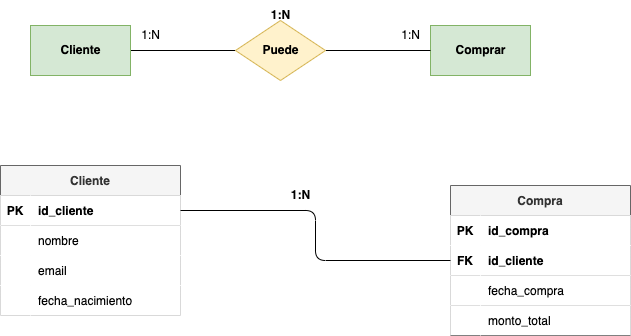
The draw.io diagram tareas/tarea-3/images/ejercicio9.drawio.png in deylansystem/actividadesBAE, before a commit. Source tidied: cells renumbered, new cells last; positions are measured from the earlier drawing's top-left corner, leaving out a move shared by most shapes.
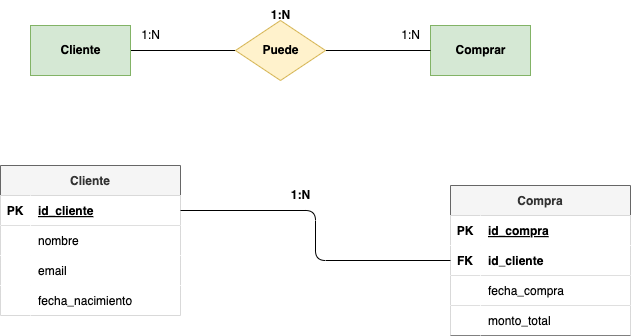
Later version of the same file.

Change to the diagram source:
```diff
@@ -11,7 +11,7 @@
     <mxCell id="4" value="PK" style="shape=partialRectangle;fillColor=#FFFFFF;top=0;left=0;bottom=0;right=0;fontStyle=1;overflow=hidden;fontColor=#000000;" parent="3" vertex="1">
       <mxGeometry width="30" height="30" as="geometry" />
     </mxCell>
-    <mxCell id="5" value="id_cliente" style="shape=partialRectangle;fillColor=#FFFFFF;top=0;left=0;bottom=0;right=0;align=left;spacingLeft=6;fontStyle=1;overflow=hidden;fontColor=#000000;" parent="3" vertex="1">
+    <mxCell id="5" value="id_cliente" style="shape=partialRectangle;fillColor=#FFFFFF;top=0;left=0;bottom=0;right=0;align=left;spacingLeft=6;fontStyle=5;overflow=hidden;fontColor=#000000;" parent="3" vertex="1">
       <mxGeometry x="30" width="150" height="30" as="geometry" />
     </mxCell>
     <mxCell id="6" style="shape=tableRow;horizontal=0;startSize=0;swimlaneHead=0;swimlaneBody=0;fillColor=#FFFFFF;top=0;left=0;right=0;bottom=0;fontColor=#000000;" parent="2" vertex="1">
@@ -50,7 +50,7 @@
     <mxCell id="17" value="PK" style="shape=partialRectangle;fillColor=#FFFFFF;top=0;left=0;bottom=0;right=0;overflow=hidden;fontColor=#000000;fontStyle=1;" parent="16" vertex="1">
       <mxGeometry width="30" height="30" as="geometry" />
     </mxCell>
-    <mxCell id="18" value="id_compra" style="shape=partialRectangle;fillColor=#FFFFFF;top=0;left=0;bottom=0;right=0;align=left;spacingLeft=6;overflow=hidden;fontColor=#000000;fontStyle=1;" parent="16" vertex="1">
+    <mxCell id="18" value="id_compra" style="shape=partialRectangle;fillColor=#FFFFFF;top=0;left=0;bottom=0;right=0;align=left;spacingLeft=6;overflow=hidden;fontColor=#000000;fontStyle=5;" parent="16" vertex="1">
       <mxGeometry x="30" width="150" height="30" as="geometry" />
     </mxCell>
     <mxCell id="19" style="shape=tableRow;horizontal=0;startSize=0;swimlaneHead=0;swimlaneBody=0;fillColor=#FFFFFF;points=[[0,0.5],[1,0.5]];portConstraint=eastwest;top=0;left=0;right=0;bottom=1;fontColor=#000000;" parent="15" vertex="1">
```
